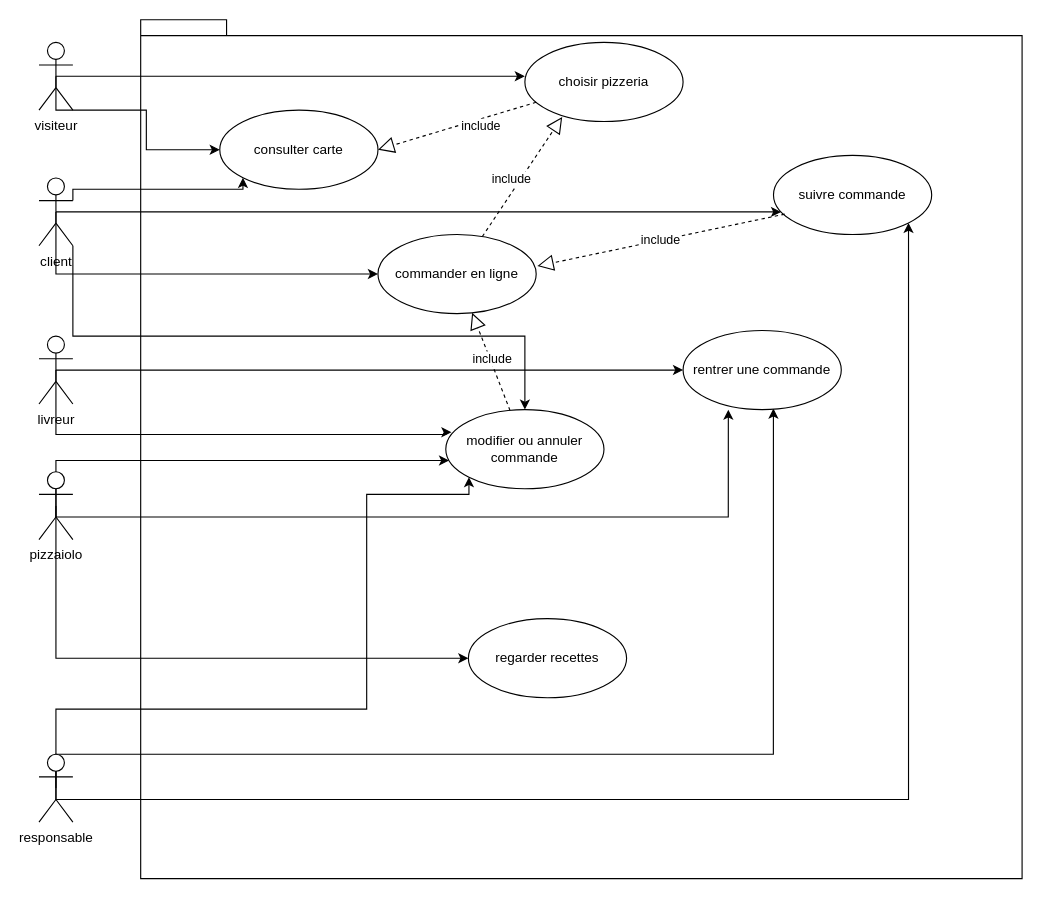
Earlier version of the draw.io diagram page "package commander" (4 of 7) of diagrammes réunis.drawio (robindauteuil/Diagramme_UML). Source tidied: cells renumbered, new cells numbered last; positions are measured from the earlier drawing's top-left corner, leaving out a move shared by most shapes. Both pictures are drawn from the tidied source at 113%, with x=0, y=0 at pixel (38, 19).
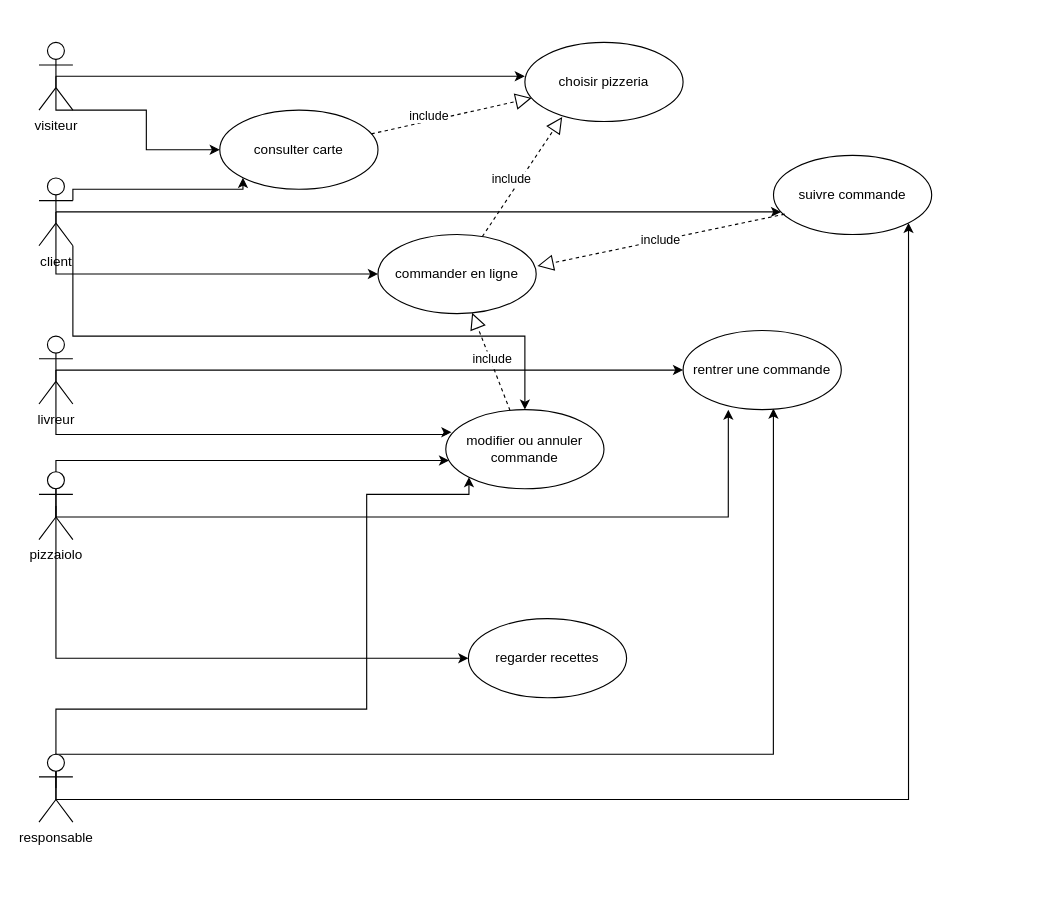
The same diagram, later.

Unchanged cells that the change refers to:
```xml
<mxCell id="20" value="choisir pizzeria" style="ellipse;whiteSpace=wrap;html=1;" parent="1" vertex="1">
  <mxGeometry x="430" y="20" width="140" height="70" as="geometry" />
</mxCell>
<mxCell id="27" value="consulter carte" style="ellipse;whiteSpace=wrap;html=1;" parent="1" vertex="1">
  <mxGeometry x="160" y="80" width="140" height="70" as="geometry" />
</mxCell>
```

Diff of the diagram source:
```diff
@@
-    <mxCell id="2" style="shape=folder;fontStyle=1;spacingTop=10;tabWidth=40;tabHeight=14;tabPosition=left;html=1;" parent="1" vertex="1">
-      <mxGeometry x="90" width="780" height="760" as="geometry" />
-    </mxCell>
@@
-    <mxCell id="33" style="endArrow=block;dashed=1;endFill=0;endSize=12;html=1;entryX=1;entryY=0.5;entryDx=0;entryDy=0;" parent="1" edge="1" source="20" target="27">
+    <mxCell id="33" style="endArrow=block;dashed=1;endFill=0;endSize=12;html=1;" parent="1" edge="1" source="27" target="20">
       <mxGeometry relative="1" as="geometry" />
     </mxCell>
```
